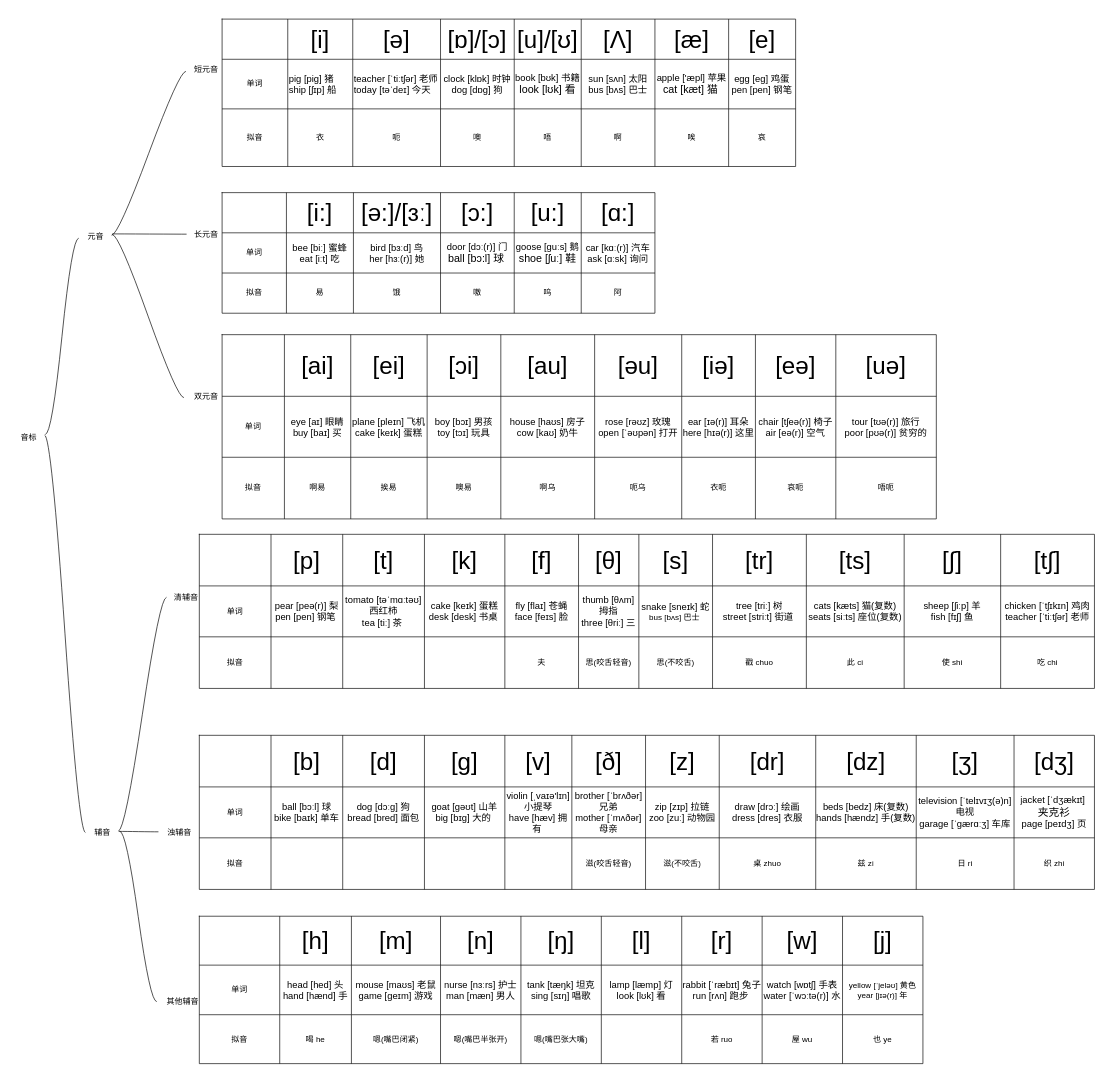
Earlier version of the draw.io diagram page "第 2 页" (2 of 2) of 未命名表单.drawio (gituserc123/HelloWorld). Source tidied: cells renumbered, new cells numbered last; positions are measured from the earlier drawing's top-left corner, leaving out a move shared by most shapes. Both pictures are drawn from the tidied source at 67%, with x=0, y=0 at pixel (11, 19).
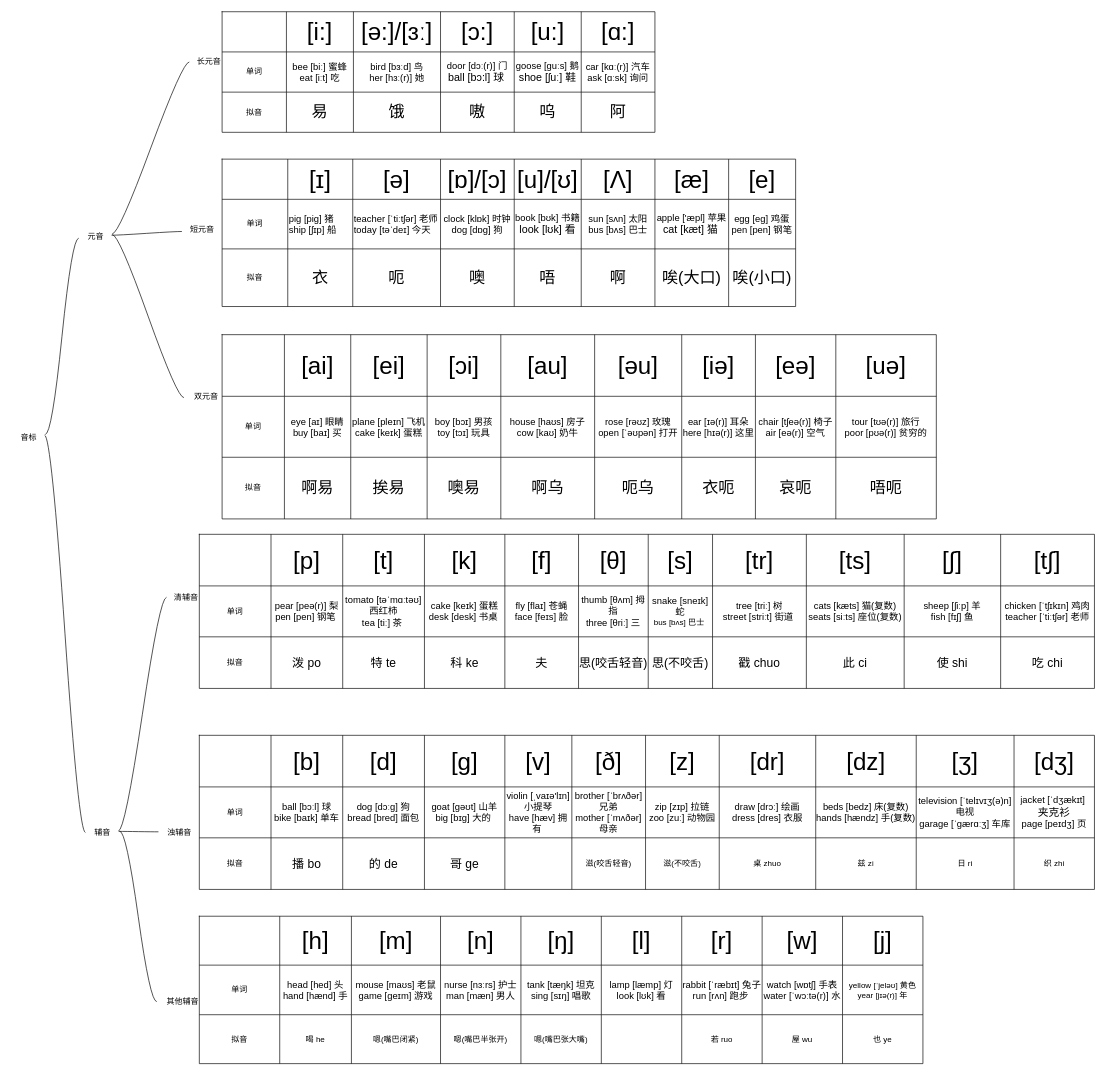
The same diagram, later.

Commit message:
更新未命名表单.drawio

The change refers to these unchanged cells:
```xml
<mxCell id="15" style="shape=tableRow;horizontal=0;startSize=0;swimlaneHead=0;swimlaneBody=0;strokeColor=inherit;top=0;left=0;bottom=0;right=0;fillColor=none;" parent="14" vertex="1">
  <mxGeometry width="856" height="60" as="geometry" />
</mxCell>
<mxCell id="33" style="shape=tableRow;horizontal=0;startSize=0;swimlaneHead=0;swimlaneBody=0;strokeColor=inherit;top=0;left=0;bottom=0;right=0;fillColor=none;" parent="14" vertex="1">
  <mxGeometry y="134" width="856" height="86" as="geometry" />
</mxCell>
<mxCell id="57" style="shape=tableRow;horizontal=0;startSize=0;swimlaneHead=0;swimlaneBody=0;strokeColor=inherit;top=0;left=0;bottom=0;right=0;fillColor=none;" parent="42" vertex="1">
  <mxGeometry y="120" width="646" height="60" as="geometry" />
</mxCell>
<mxCell id="85" style="shape=tableRow;horizontal=0;startSize=0;swimlaneHead=0;swimlaneBody=0;strokeColor=inherit;top=0;left=0;bottom=0;right=0;fillColor=none;" parent="64" vertex="1">
  <mxGeometry y="183" width="1066" height="92" as="geometry" />
</mxCell>
<mxCell id="96" style="shape=tableRow;horizontal=0;startSize=0;swimlaneHead=0;swimlaneBody=0;strokeColor=inherit;top=0;left=0;bottom=0;right=0;fillColor=none;" parent="95" vertex="1">
  <mxGeometry width="1336" height="77" as="geometry" />
</mxCell>
<mxCell id="108" style="shape=tableRow;horizontal=0;startSize=0;swimlaneHead=0;swimlaneBody=0;strokeColor=inherit;top=0;left=0;bottom=0;right=0;fillColor=none;" parent="95" vertex="1">
  <mxGeometry y="77" width="1336" height="76" as="geometry" />
</mxCell>
<mxCell id="120" style="shape=tableRow;horizontal=0;startSize=0;swimlaneHead=0;swimlaneBody=0;strokeColor=inherit;top=0;left=0;bottom=0;right=0;fillColor=none;" parent="95" vertex="1">
  <mxGeometry y="153" width="1336" height="77" as="geometry" />
</mxCell>
<mxCell id="162" style="shape=tableRow;horizontal=0;startSize=0;swimlaneHead=0;swimlaneBody=0;strokeColor=inherit;top=0;left=0;bottom=0;right=0;fillColor=none;" parent="137" vertex="1">
  <mxGeometry y="153" width="1336" height="77" as="geometry" />
</mxCell>
```

Diff of the diagram source:
```diff
@@
     <mxCell id="11" value="短元音" style="text;html=1;align=center;verticalAlign=middle;points=[];strokeColor=none;fillColor=none;" parent="1" vertex="1">
-      <mxGeometry x="260" y="60" width="60" height="30" as="geometry" />
+      <mxGeometry x="254" y="299" width="60" height="30" as="geometry" />
     </mxCell>
     <mxCell id="12" value="长元音" style="text;html=1;align=center;verticalAlign=middle;points=[];strokeColor=none;fillColor=none;" parent="1" vertex="1">
-      <mxGeometry x="260" y="306" width="60" height="30" as="geometry" />
+      <mxGeometry x="264" y="49" width="60" height="30" as="geometry" />
     </mxCell>
@@
     <mxCell id="14" style="shape=table;startSize=0;childLayout=tableLayout;" parent="1" vertex="1">
-      <mxGeometry x="314" width="856" height="220" as="geometry" />
+      <mxGeometry x="314" y="209" width="856" height="220" as="geometry" />
     </mxCell>
@@
-    <mxCell id="17" value="&lt;font style=&quot;font-size: 36px;&quot;&gt;[i]&lt;/font&gt;" style="shape=partialRectangle;html=1;whiteSpace=wrap;strokeColor=#FF9999;overflow=hidden;fillColor=none;top=0;left=0;bottom=0;right=0;" parent="15" vertex="1">
+    <mxCell id="17" value="&lt;font style=&quot;font-size: 36px;&quot;&gt;[ɪ]&lt;/font&gt;" style="shape=partialRectangle;html=1;whiteSpace=wrap;strokeColor=#FF9999;overflow=hidden;fillColor=none;top=0;left=0;bottom=0;right=0;" parent="15" vertex="1">
       <mxGeometry x="98" width="97" height="60" as="geometry" />
     </mxCell>
@@
-    <mxCell id="35" value="衣" style="shape=partialRectangle;html=1;whiteSpace=wrap;strokeColor=inherit;overflow=hidden;fillColor=none;top=0;left=0;bottom=0;right=0;" parent="33" vertex="1">
+    <mxCell id="35" value="&lt;font style=&quot;font-size: 24px;&quot;&gt;衣&lt;/font&gt;" style="shape=partialRectangle;html=1;whiteSpace=wrap;strokeColor=inherit;overflow=hidden;fillColor=none;top=0;left=0;bottom=0;right=0;" parent="33" vertex="1">
       <mxGeometry x="98" width="97" height="86" as="geometry" />
     </mxCell>
-    <mxCell id="36" value="呃" style="shape=partialRectangle;html=1;whiteSpace=wrap;strokeColor=inherit;overflow=hidden;fillColor=none;top=0;left=0;bottom=0;right=0;" parent="33" vertex="1">
+    <mxCell id="36" value="&lt;font style=&quot;font-size: 24px;&quot;&gt;呃&lt;/font&gt;" style="shape=partialRectangle;html=1;whiteSpace=wrap;strokeColor=inherit;overflow=hidden;fillColor=none;top=0;left=0;bottom=0;right=0;" parent="33" vertex="1">
       <mxGeometry x="195" width="131" height="86" as="geometry" />
     </mxCell>
-    <mxCell id="37" value="噢" style="shape=partialRectangle;html=1;whiteSpace=wrap;strokeColor=inherit;overflow=hidden;fillColor=none;top=0;left=0;bottom=0;right=0;" parent="33" vertex="1">
+    <mxCell id="37" value="&lt;font style=&quot;font-size: 24px;&quot;&gt;噢&lt;/font&gt;" style="shape=partialRectangle;html=1;whiteSpace=wrap;strokeColor=inherit;overflow=hidden;fillColor=none;top=0;left=0;bottom=0;right=0;" parent="33" vertex="1">
       <mxGeometry x="326" width="110" height="86" as="geometry" />
     </mxCell>
-    <mxCell id="38" value="唔" style="shape=partialRectangle;html=1;whiteSpace=wrap;strokeColor=inherit;overflow=hidden;fillColor=none;top=0;left=0;bottom=0;right=0;" parent="33" vertex="1">
+    <mxCell id="38" value="&lt;font style=&quot;font-size: 24px;&quot;&gt;唔&lt;/font&gt;" style="shape=partialRectangle;html=1;whiteSpace=wrap;strokeColor=inherit;overflow=hidden;fillColor=none;top=0;left=0;bottom=0;right=0;" parent="33" vertex="1">
       <mxGeometry x="436" width="100" height="86" as="geometry" />
     </mxCell>
-    <mxCell id="39" value="啊" style="shape=partialRectangle;html=1;whiteSpace=wrap;strokeColor=inherit;overflow=hidden;fillColor=none;top=0;left=0;bottom=0;right=0;" parent="33" vertex="1">
+    <mxCell id="39" value="&lt;font style=&quot;font-size: 24px;&quot;&gt;啊&lt;/font&gt;" style="shape=partialRectangle;html=1;whiteSpace=wrap;strokeColor=inherit;overflow=hidden;fillColor=none;top=0;left=0;bottom=0;right=0;" parent="33" vertex="1">
       <mxGeometry x="536" width="110" height="86" as="geometry" />
     </mxCell>
-    <mxCell id="40" value="唉" style="shape=partialRectangle;html=1;whiteSpace=wrap;strokeColor=inherit;overflow=hidden;fillColor=none;top=0;left=0;bottom=0;right=0;" parent="33" vertex="1">
+    <mxCell id="40" value="&lt;font style=&quot;font-size: 24px;&quot;&gt;唉(大口)&lt;/font&gt;" style="shape=partialRectangle;html=1;whiteSpace=wrap;strokeColor=inherit;overflow=hidden;fillColor=none;top=0;left=0;bottom=0;right=0;" parent="33" vertex="1">
       <mxGeometry x="646" width="110" height="86" as="geometry" />
     </mxCell>
-    <mxCell id="41" value="哀" style="shape=partialRectangle;html=1;whiteSpace=wrap;strokeColor=inherit;overflow=hidden;fillColor=none;top=0;left=0;bottom=0;right=0;" parent="33" vertex="1">
+    <mxCell id="41" value="&lt;font style=&quot;font-size: 24px;&quot;&gt;唉(小口)&lt;/font&gt;" style="shape=partialRectangle;html=1;whiteSpace=wrap;strokeColor=inherit;overflow=hidden;fillColor=none;top=0;left=0;bottom=0;right=0;" parent="33" vertex="1">
       <mxGeometry x="756" width="100" height="86" as="geometry" />
     </mxCell>
     <mxCell id="42" style="shape=table;startSize=0;childLayout=tableLayout;" parent="1" vertex="1">
-      <mxGeometry x="314" y="259" width="646" height="180" as="geometry" />
+      <mxGeometry x="314" y="-11" width="646" height="180" as="geometry" />
     </mxCell>
@@
-    <mxCell id="59" value="易" style="shape=partialRectangle;html=1;whiteSpace=wrap;strokeColor=inherit;overflow=hidden;fillColor=none;top=0;left=0;bottom=0;right=0;" parent="57" vertex="1">
+    <mxCell id="59" value="&lt;font style=&quot;font-size: 24px;&quot;&gt;易&lt;/font&gt;" style="shape=partialRectangle;html=1;whiteSpace=wrap;strokeColor=inherit;overflow=hidden;fillColor=none;top=0;left=0;bottom=0;right=0;" parent="57" vertex="1">
       <mxGeometry x="96" width="100" height="60" as="geometry" />
     </mxCell>
-    <mxCell id="60" value="饿" style="shape=partialRectangle;html=1;whiteSpace=wrap;strokeColor=inherit;overflow=hidden;fillColor=none;top=0;left=0;bottom=0;right=0;" parent="57" vertex="1">
+    <mxCell id="60" value="&lt;font style=&quot;font-size: 24px;&quot;&gt;饿&lt;/font&gt;" style="shape=partialRectangle;html=1;whiteSpace=wrap;strokeColor=inherit;overflow=hidden;fillColor=none;top=0;left=0;bottom=0;right=0;" parent="57" vertex="1">
       <mxGeometry x="196" width="130" height="60" as="geometry" />
     </mxCell>
-    <mxCell id="61" value="嗷" style="shape=partialRectangle;html=1;whiteSpace=wrap;strokeColor=inherit;overflow=hidden;fillColor=none;top=0;left=0;bottom=0;right=0;" parent="57" vertex="1">
+    <mxCell id="61" value="&lt;font style=&quot;font-size: 24px;&quot;&gt;嗷&lt;/font&gt;" style="shape=partialRectangle;html=1;whiteSpace=wrap;strokeColor=inherit;overflow=hidden;fillColor=none;top=0;left=0;bottom=0;right=0;" parent="57" vertex="1">
       <mxGeometry x="326" width="110" height="60" as="geometry" />
     </mxCell>
-    <mxCell id="62" value="呜" style="shape=partialRectangle;html=1;whiteSpace=wrap;strokeColor=inherit;overflow=hidden;fillColor=none;top=0;left=0;bottom=0;right=0;" parent="57" vertex="1">
+    <mxCell id="62" value="&lt;font style=&quot;font-size: 24px;&quot;&gt;呜&lt;/font&gt;" style="shape=partialRectangle;html=1;whiteSpace=wrap;strokeColor=inherit;overflow=hidden;fillColor=none;top=0;left=0;bottom=0;right=0;" parent="57" vertex="1">
       <mxGeometry x="436" width="100" height="60" as="geometry" />
     </mxCell>
-    <mxCell id="63" value="阿" style="shape=partialRectangle;html=1;whiteSpace=wrap;strokeColor=inherit;overflow=hidden;fillColor=none;top=0;left=0;bottom=0;right=0;" parent="57" vertex="1">
+    <mxCell id="63" value="&lt;font style=&quot;font-size: 24px;&quot;&gt;阿&lt;/font&gt;" style="shape=partialRectangle;html=1;whiteSpace=wrap;strokeColor=inherit;overflow=hidden;fillColor=none;top=0;left=0;bottom=0;right=0;" parent="57" vertex="1">
       <mxGeometry x="536" width="110" height="60" as="geometry" />
     </mxCell>
@@
-    <mxCell id="87" value="啊易" style="shape=partialRectangle;html=1;whiteSpace=wrap;strokeColor=inherit;overflow=hidden;fillColor=none;top=0;left=0;bottom=0;right=0;" parent="85" vertex="1">
+    <mxCell id="87" value="&lt;font style=&quot;font-size: 24px;&quot;&gt;啊易&lt;/font&gt;" style="shape=partialRectangle;html=1;whiteSpace=wrap;strokeColor=inherit;overflow=hidden;fillColor=none;top=0;left=0;bottom=0;right=0;" parent="85" vertex="1">
       <mxGeometry x="93" width="99" height="92" as="geometry" />
     </mxCell>
-    <mxCell id="88" value="挨易" style="shape=partialRectangle;html=1;whiteSpace=wrap;strokeColor=inherit;overflow=hidden;fillColor=none;top=0;left=0;bottom=0;right=0;" parent="85" vertex="1">
+    <mxCell id="88" value="&lt;font style=&quot;font-size: 24px;&quot;&gt;挨易&lt;/font&gt;" style="shape=partialRectangle;html=1;whiteSpace=wrap;strokeColor=inherit;overflow=hidden;fillColor=none;top=0;left=0;bottom=0;right=0;" parent="85" vertex="1">
       <mxGeometry x="192" width="114" height="92" as="geometry" />
     </mxCell>
-    <mxCell id="89" value="噢易" style="shape=partialRectangle;html=1;whiteSpace=wrap;strokeColor=inherit;overflow=hidden;fillColor=none;top=0;left=0;bottom=0;right=0;" parent="85" vertex="1">
+    <mxCell id="89" value="&lt;font style=&quot;font-size: 24px;&quot;&gt;噢易&lt;/font&gt;" style="shape=partialRectangle;html=1;whiteSpace=wrap;strokeColor=inherit;overflow=hidden;fillColor=none;top=0;left=0;bottom=0;right=0;" parent="85" vertex="1">
       <mxGeometry x="306" width="110" height="92" as="geometry" />
     </mxCell>
-    <mxCell id="90" value="啊乌" style="shape=partialRectangle;html=1;whiteSpace=wrap;strokeColor=inherit;overflow=hidden;fillColor=none;top=0;left=0;bottom=0;right=0;" parent="85" vertex="1">
+    <mxCell id="90" value="&lt;font style=&quot;font-size: 24px;&quot;&gt;啊乌&lt;/font&gt;" style="shape=partialRectangle;html=1;whiteSpace=wrap;strokeColor=inherit;overflow=hidden;fillColor=none;top=0;left=0;bottom=0;right=0;" parent="85" vertex="1">
       <mxGeometry x="416" width="140" height="92" as="geometry" />
     </mxCell>
-    <mxCell id="91" value="呃乌" style="shape=partialRectangle;html=1;whiteSpace=wrap;strokeColor=inherit;overflow=hidden;fillColor=none;top=0;left=0;bottom=0;right=0;" parent="85" vertex="1">
+    <mxCell id="91" value="&lt;font style=&quot;font-size: 24px;&quot;&gt;呃乌&lt;/font&gt;" style="shape=partialRectangle;html=1;whiteSpace=wrap;strokeColor=inherit;overflow=hidden;fillColor=none;top=0;left=0;bottom=0;right=0;" parent="85" vertex="1">
       <mxGeometry x="556" width="130" height="92" as="geometry" />
     </mxCell>
-    <mxCell id="92" value="衣呃" style="shape=partialRectangle;html=1;whiteSpace=wrap;strokeColor=inherit;overflow=hidden;fillColor=none;top=0;left=0;bottom=0;right=0;" parent="85" vertex="1">
+    <mxCell id="92" value="&lt;font style=&quot;font-size: 24px;&quot;&gt;衣呃&lt;/font&gt;" style="shape=partialRectangle;html=1;whiteSpace=wrap;strokeColor=inherit;overflow=hidden;fillColor=none;top=0;left=0;bottom=0;right=0;" parent="85" vertex="1">
       <mxGeometry x="686" width="110" height="92" as="geometry" />
     </mxCell>
-    <mxCell id="93" value="哀呃" style="shape=partialRectangle;html=1;whiteSpace=wrap;strokeColor=inherit;overflow=hidden;fillColor=none;top=0;left=0;bottom=0;right=0;" parent="85" vertex="1">
+    <mxCell id="93" value="&lt;font style=&quot;font-size: 24px;&quot;&gt;哀呃&lt;/font&gt;" style="shape=partialRectangle;html=1;whiteSpace=wrap;strokeColor=inherit;overflow=hidden;fillColor=none;top=0;left=0;bottom=0;right=0;" parent="85" vertex="1">
       <mxGeometry x="796" width="120" height="92" as="geometry" />
     </mxCell>
-    <mxCell id="94" value="唔呃" style="shape=partialRectangle;html=1;whiteSpace=wrap;strokeColor=inherit;overflow=hidden;fillColor=none;top=0;left=0;bottom=0;right=0;" parent="85" vertex="1">
+    <mxCell id="94" value="&lt;font style=&quot;font-size: 24px;&quot;&gt;唔呃&lt;/font&gt;" style="shape=partialRectangle;html=1;whiteSpace=wrap;strokeColor=inherit;overflow=hidden;fillColor=none;top=0;left=0;bottom=0;right=0;" parent="85" vertex="1">
       <mxGeometry x="916" width="150" height="92" as="geometry" />
     </mxCell>
@@
     <mxCell id="102" value="&lt;font style=&quot;font-size: 36px;&quot;&gt;[θ]&lt;/font&gt;" style="shape=partialRectangle;html=1;whiteSpace=wrap;strokeColor=inherit;overflow=hidden;fillColor=none;top=0;left=0;bottom=0;right=0;" parent="96" vertex="1">
-      <mxGeometry x="566" width="90" height="77" as="geometry" />
+      <mxGeometry x="566" width="104" height="77" as="geometry" />
     </mxCell>
     <mxCell id="103" value="&lt;font style=&quot;font-size: 36px;&quot;&gt;[s]&lt;/font&gt;" style="shape=partialRectangle;html=1;whiteSpace=wrap;strokeColor=inherit;overflow=hidden;fillColor=none;top=0;left=0;bottom=0;right=0;" parent="96" vertex="1">
-      <mxGeometry x="656" width="110" height="77" as="geometry" />
+      <mxGeometry x="670" width="96" height="77" as="geometry" />
     </mxCell>
@@
     <mxCell id="114" value="&lt;div&gt;&lt;font style=&quot;font-size: 14px;&quot;&gt;thumb [θʌm] 拇指&lt;/font&gt;&lt;/div&gt;&lt;div&gt;&lt;font style=&quot;font-size: 14px;&quot;&gt;three [θriː] 三&lt;/font&gt;&lt;/div&gt;" style="shape=partialRectangle;html=1;whiteSpace=wrap;strokeColor=inherit;overflow=hidden;fillColor=none;top=0;left=0;bottom=0;right=0;" parent="108" vertex="1">
-      <mxGeometry x="566" width="90" height="76" as="geometry" />
+      <mxGeometry x="566" width="104" height="76" as="geometry" />
     </mxCell>
     <mxCell id="115" value="&lt;div&gt;&lt;font style=&quot;font-size: 14px;&quot;&gt;snake [sneɪk] 蛇&lt;/font&gt;&lt;/div&gt;&lt;div&gt;bus [bʌs] 巴士&amp;nbsp;&lt;/div&gt;" style="shape=partialRectangle;html=1;whiteSpace=wrap;strokeColor=inherit;overflow=hidden;fillColor=none;top=0;left=0;bottom=0;right=0;" parent="108" vertex="1">
-      <mxGeometry x="656" width="110" height="76" as="geometry" />
+      <mxGeometry x="670" width="96" height="76" as="geometry" />
     </mxCell>
@@
-    <mxCell id="122" style="shape=partialRectangle;html=1;whiteSpace=wrap;strokeColor=inherit;overflow=hidden;fillColor=none;top=0;left=0;bottom=0;right=0;" parent="120" vertex="1">
+    <mxCell id="122" value="&lt;font style=&quot;font-size: 18px;&quot;&gt;泼 po&lt;/font&gt;" style="shape=partialRectangle;html=1;whiteSpace=wrap;strokeColor=inherit;overflow=hidden;fillColor=none;top=0;left=0;bottom=0;right=0;" parent="120" vertex="1">
       <mxGeometry x="107" width="107" height="77" as="geometry" />
     </mxCell>
-    <mxCell id="123" style="shape=partialRectangle;html=1;whiteSpace=wrap;strokeColor=inherit;overflow=hidden;fillColor=none;top=0;left=0;bottom=0;right=0;" parent="120" vertex="1">
+    <mxCell id="123" value="&lt;font style=&quot;font-size: 18px;&quot;&gt;特 te&lt;/font&gt;" style="shape=partialRectangle;html=1;whiteSpace=wrap;strokeColor=inherit;overflow=hidden;fillColor=none;top=0;left=0;bottom=0;right=0;" parent="120" vertex="1">
       <mxGeometry x="214" width="122" height="77" as="geometry" />
     </mxCell>
-    <mxCell id="124" style="shape=partialRectangle;html=1;whiteSpace=wrap;strokeColor=inherit;overflow=hidden;fillColor=none;top=0;left=0;bottom=0;right=0;" parent="120" vertex="1">
+    <mxCell id="124" value="&lt;font style=&quot;font-size: 18px;&quot;&gt;科 ke&lt;/font&gt;" style="shape=partialRectangle;html=1;whiteSpace=wrap;strokeColor=inherit;overflow=hidden;fillColor=none;top=0;left=0;bottom=0;right=0;" parent="120" vertex="1">
       <mxGeometry x="336" width="120" height="77" as="geometry" />
     </mxCell>
-    <mxCell id="125" value="夫" style="shape=partialRectangle;html=1;whiteSpace=wrap;strokeColor=inherit;overflow=hidden;fillColor=none;top=0;left=0;bottom=0;right=0;" parent="120" vertex="1">
+    <mxCell id="125" value="&lt;font style=&quot;font-size: 18px;&quot;&gt;夫&lt;/font&gt;" style="shape=partialRectangle;html=1;whiteSpace=wrap;strokeColor=inherit;overflow=hidden;fillColor=none;top=0;left=0;bottom=0;right=0;" parent="120" vertex="1">
       <mxGeometry x="456" width="110" height="77" as="geometry" />
     </mxCell>
-    <mxCell id="126" value="思(咬舌轻音)" style="shape=partialRectangle;html=1;whiteSpace=wrap;strokeColor=inherit;overflow=hidden;fillColor=none;top=0;left=0;bottom=0;right=0;" parent="120" vertex="1">
-      <mxGeometry x="566" width="90" height="77" as="geometry" />
+    <mxCell id="126" value="&lt;font style=&quot;font-size: 18px;&quot;&gt;思(咬舌轻音)&lt;/font&gt;" style="shape=partialRectangle;html=1;whiteSpace=wrap;strokeColor=inherit;overflow=hidden;fillColor=none;top=0;left=0;bottom=0;right=0;" parent="120" vertex="1">
+      <mxGeometry x="566" width="104" height="77" as="geometry" />
     </mxCell>
-    <mxCell id="127" value="思(不咬舌)" style="shape=partialRectangle;html=1;whiteSpace=wrap;strokeColor=inherit;overflow=hidden;fillColor=none;top=0;left=0;bottom=0;right=0;" parent="120" vertex="1">
-      <mxGeometry x="656" width="110" height="77" as="geometry" />
+    <mxCell id="127" value="&lt;font style=&quot;font-size: 18px;&quot;&gt;思(不咬舌)&lt;/font&gt;" style="shape=partialRectangle;html=1;whiteSpace=wrap;strokeColor=inherit;overflow=hidden;fillColor=none;top=0;left=0;bottom=0;right=0;" parent="120" vertex="1">
+      <mxGeometry x="670" width="96" height="77" as="geometry" />
     </mxCell>
-    <mxCell id="128" value="戳 chuo" style="shape=partialRectangle;html=1;whiteSpace=wrap;strokeColor=inherit;overflow=hidden;fillColor=none;top=0;left=0;bottom=0;right=0;" parent="120" vertex="1">
+    <mxCell id="128" value="&lt;font style=&quot;font-size: 18px;&quot;&gt;戳 chuo&lt;/font&gt;" style="shape=partialRectangle;html=1;whiteSpace=wrap;strokeColor=inherit;overflow=hidden;fillColor=none;top=0;left=0;bottom=0;right=0;" parent="120" vertex="1">
       <mxGeometry x="766" width="140" height="77" as="geometry" />
     </mxCell>
-    <mxCell id="129" value="此 ci" style="shape=partialRectangle;html=1;whiteSpace=wrap;strokeColor=inherit;overflow=hidden;fillColor=none;top=0;left=0;bottom=0;right=0;" parent="120" vertex="1">
+    <mxCell id="129" value="&lt;font style=&quot;font-size: 18px;&quot;&gt;此 ci&lt;/font&gt;" style="shape=partialRectangle;html=1;whiteSpace=wrap;strokeColor=inherit;overflow=hidden;fillColor=none;top=0;left=0;bottom=0;right=0;" parent="120" vertex="1">
       <mxGeometry x="906" width="146" height="77" as="geometry" />
     </mxCell>
-    <mxCell id="130" value="使 shi" style="shape=partialRectangle;html=1;whiteSpace=wrap;strokeColor=inherit;overflow=hidden;fillColor=none;top=0;left=0;bottom=0;right=0;" parent="120" vertex="1">
+    <mxCell id="130" value="&lt;font style=&quot;font-size: 18px;&quot;&gt;使 shi&lt;/font&gt;" style="shape=partialRectangle;html=1;whiteSpace=wrap;strokeColor=inherit;overflow=hidden;fillColor=none;top=0;left=0;bottom=0;right=0;" parent="120" vertex="1">
       <mxGeometry x="1052" width="144" height="77" as="geometry" />
     </mxCell>
-    <mxCell id="131" value="吃 chi" style="shape=partialRectangle;html=1;whiteSpace=wrap;strokeColor=inherit;overflow=hidden;fillColor=none;top=0;left=0;bottom=0;right=0;" parent="120" vertex="1">
+    <mxCell id="131" value="&lt;font style=&quot;font-size: 18px;&quot;&gt;吃 chi&lt;/font&gt;" style="shape=partialRectangle;html=1;whiteSpace=wrap;strokeColor=inherit;overflow=hidden;fillColor=none;top=0;left=0;bottom=0;right=0;" parent="120" vertex="1">
       <mxGeometry x="1196" width="140" height="77" as="geometry" />
     </mxCell>
@@
-    <mxCell id="164" style="shape=partialRectangle;html=1;whiteSpace=wrap;strokeColor=inherit;overflow=hidden;fillColor=none;top=0;left=0;bottom=0;right=0;" parent="162" vertex="1">
+    <mxCell id="164" value="&lt;font style=&quot;font-size: 18px;&quot;&gt;播 bo&lt;/font&gt;" style="shape=partialRectangle;html=1;whiteSpace=wrap;strokeColor=inherit;overflow=hidden;fillColor=none;top=0;left=0;bottom=0;right=0;" parent="162" vertex="1">
       <mxGeometry x="107" width="107" height="77" as="geometry" />
     </mxCell>
-    <mxCell id="165" style="shape=partialRectangle;html=1;whiteSpace=wrap;strokeColor=inherit;overflow=hidden;fillColor=none;top=0;left=0;bottom=0;right=0;" parent="162" vertex="1">
+    <mxCell id="165" value="&lt;font style=&quot;font-size: 18px;&quot;&gt;的 de&lt;/font&gt;" style="shape=partialRectangle;html=1;whiteSpace=wrap;strokeColor=inherit;overflow=hidden;fillColor=none;top=0;left=0;bottom=0;right=0;" parent="162" vertex="1">
       <mxGeometry x="214" width="122" height="77" as="geometry" />
     </mxCell>
-    <mxCell id="166" style="shape=partialRectangle;html=1;whiteSpace=wrap;strokeColor=inherit;overflow=hidden;fillColor=none;top=0;left=0;bottom=0;right=0;" parent="162" vertex="1">
+    <mxCell id="166" value="&lt;font style=&quot;font-size: 18px;&quot;&gt;哥 ge&lt;/font&gt;" style="shape=partialRectangle;html=1;whiteSpace=wrap;strokeColor=inherit;overflow=hidden;fillColor=none;top=0;left=0;bottom=0;right=0;" parent="162" vertex="1">
       <mxGeometry x="336" width="120" height="77" as="geometry" />
     </mxCell>
```
